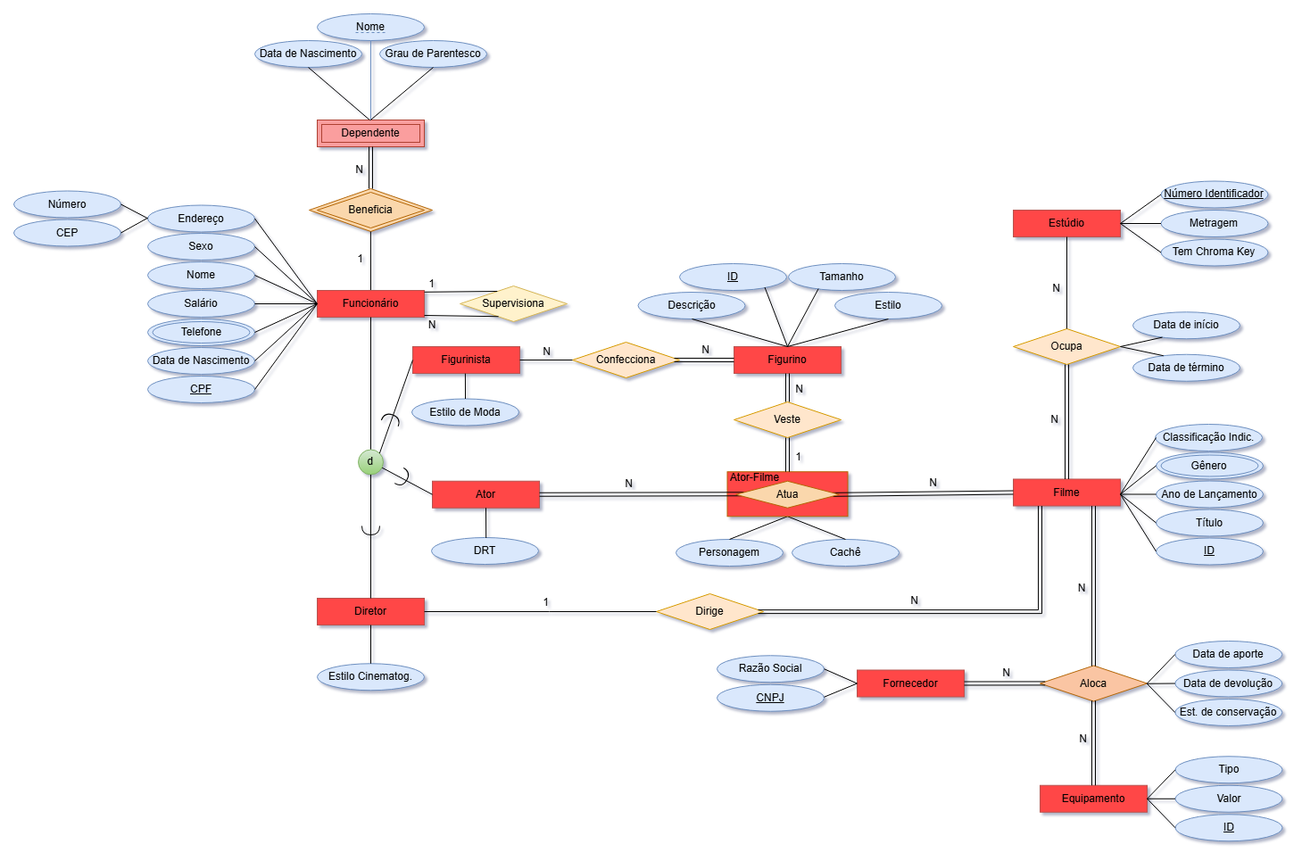
This is docs/Diagrama Grupo08.drawio.png from Kaynart/CIN0137_BD26.1-equipe08, a draw.io export, as it was before one commit. Source tidied: cells renumbered, new cells last; positions are measured from the earlier drawing's top-left corner, leaving out a move shared by most shapes.
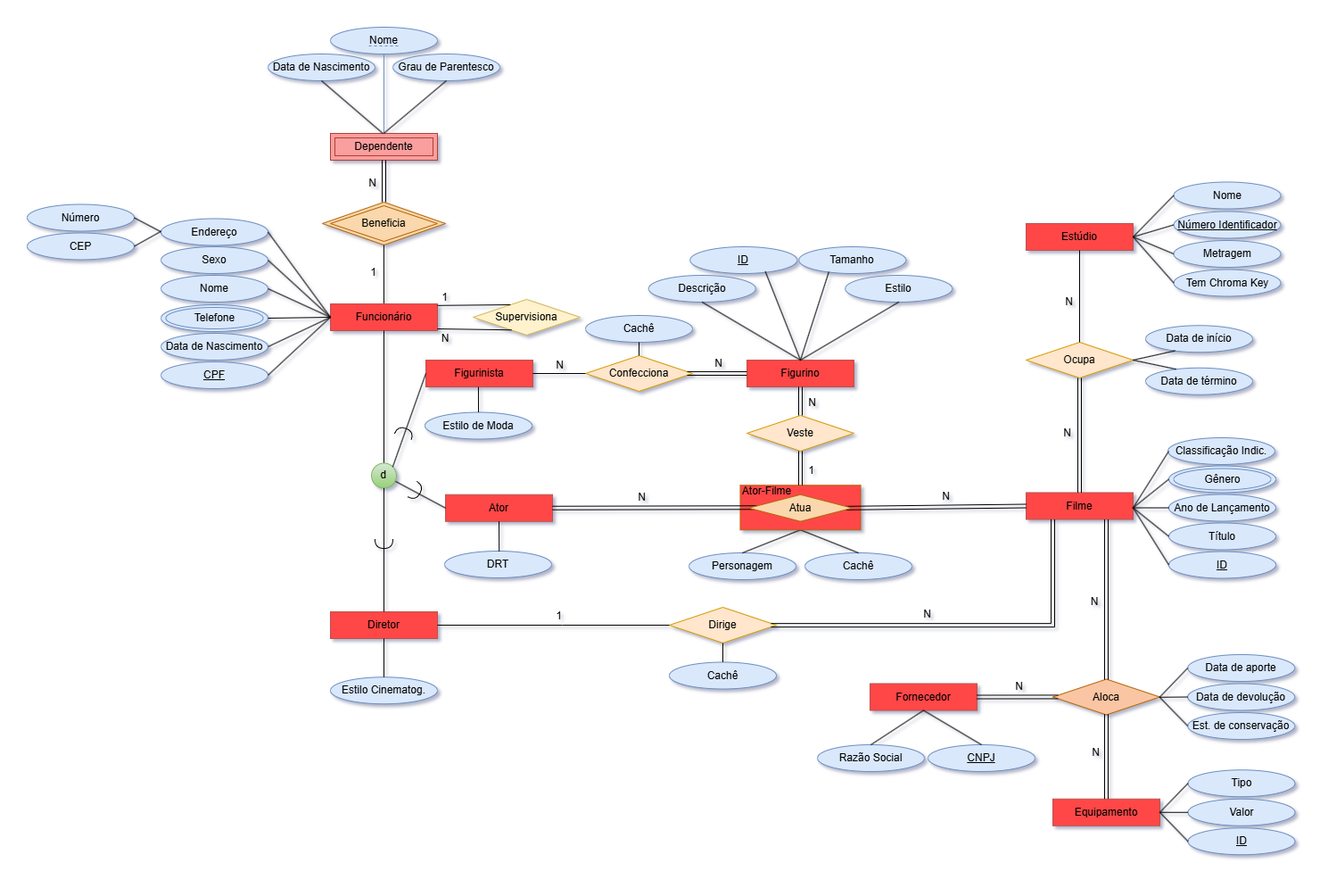
After the change.

Commit message:
Atualiza o Diagrama ER e Minimundo/Esquema

Change to the diagram source:
```diff
@@ -75,20 +75,17 @@
     <mxCell id="24" value="Nome" style="ellipse;whiteSpace=wrap;html=1;fillColor=#dae8fc;strokeColor=#6c8ebf;" parent="1" vertex="1">
       <mxGeometry x="150" y="278" width="120" height="30" as="geometry" />
     </mxCell>
-    <mxCell id="25" value="Salário" style="ellipse;whiteSpace=wrap;html=1;fillColor=#dae8fc;strokeColor=#6c8ebf;" parent="1" vertex="1">
-      <mxGeometry x="150" y="310" width="120" height="30" as="geometry" />
-    </mxCell>
     <mxCell id="26" value="Telefone" style="ellipse;whiteSpace=wrap;html=1;fillColor=#dae8fc;strokeColor=#6c8ebf;" parent="1" vertex="1">
-      <mxGeometry x="150" y="342" width="120" height="30" as="geometry" />
+      <mxGeometry x="150" y="311" width="120" height="30" as="geometry" />
     </mxCell>
     <mxCell id="27" value="Endereço" style="ellipse;whiteSpace=wrap;html=1;fillColor=#dae8fc;strokeColor=#6c8ebf;" parent="1" vertex="1">
       <mxGeometry x="150" y="214.5" width="120" height="30" as="geometry" />
     </mxCell>
     <mxCell id="28" value="Data de Nascimento" style="ellipse;whiteSpace=wrap;html=1;fillColor=#dae8fc;strokeColor=#6c8ebf;" parent="1" vertex="1">
-      <mxGeometry x="150" y="374" width="120" height="30" as="geometry" />
+      <mxGeometry x="150" y="343" width="120" height="30" as="geometry" />
     </mxCell>
     <mxCell id="29" value="&lt;u&gt;CPF&lt;/u&gt;" style="ellipse;whiteSpace=wrap;html=1;fillColor=#dae8fc;strokeColor=#6c8ebf;" parent="1" vertex="1">
-      <mxGeometry x="150" y="406" width="120" height="30" as="geometry" />
+      <mxGeometry x="150" y="375" width="120" height="30" as="geometry" />
     </mxCell>
     <mxCell id="30" style="endArrow=none;html=1;rounded=0;exitX=0;exitY=0.5;exitDx=0;exitDy=0;entryX=1;entryY=0.5;entryDx=0;entryDy=0;" parent="1" edge="1" source="22" target="23">
       <mxGeometry relative="1" as="geometry" />
@@ -96,9 +93,6 @@
     <mxCell id="31" style="endArrow=none;html=1;rounded=0;exitX=0;exitY=0.5;exitDx=0;exitDy=0;entryX=1;entryY=0.5;entryDx=0;entryDy=0;" parent="1" edge="1" source="22" target="24">
       <mxGeometry relative="1" as="geometry" />
     </mxCell>
-    <mxCell id="32" style="endArrow=none;html=1;rounded=0;exitX=0;exitY=0.5;exitDx=0;exitDy=0;entryX=1;entryY=0.5;entryDx=0;entryDy=0;" parent="1" edge="1" source="22" target="25">
-      <mxGeometry relative="1" as="geometry" />
-    </mxCell>
     <mxCell id="33" style="endArrow=none;html=1;rounded=0;exitX=0;exitY=0.5;exitDx=0;exitDy=0;entryX=1;entryY=0.5;entryDx=0;entryDy=0;" parent="1" edge="1" source="22" target="26">
       <mxGeometry relative="1" as="geometry" />
     </mxCell>
@@ -114,7 +108,7 @@
       <mxGeometry relative="1" as="geometry" />
     </mxCell>
     <mxCell id="37" value="Telefone" style="ellipse;whiteSpace=wrap;html=1;fillColor=#dae8fc;strokeColor=#6c8ebf;" parent="1" vertex="1">
-      <mxGeometry x="155.5" y="345" width="109" height="24" as="geometry" />
+      <mxGeometry x="155.5" y="314" width="109" height="24" as="geometry" />
     </mxCell>
     <mxCell id="38" value="Número" style="ellipse;whiteSpace=wrap;html=1;fillColor=#dae8fc;strokeColor=#6c8ebf;" parent="1" vertex="1">
       <mxGeometry y="198.5" width="120" height="30" as="geometry" />
@@ -202,13 +196,13 @@
       </mxGeometry>
     </mxCell>
     <mxCell id="62" value="Estilo" style="ellipse;whiteSpace=wrap;html=1;fillColor=#dae8fc;strokeColor=#6c8ebf;" parent="1" vertex="1">
-      <mxGeometry x="920" y="312" width="120" height="30" as="geometry" />
+      <mxGeometry x="917.2" y="278" width="120" height="30" as="geometry" />
     </mxCell>
     <mxCell id="63" value="Descrição" style="ellipse;whiteSpace=wrap;html=1;fillColor=#dae8fc;strokeColor=#6c8ebf;" parent="1" vertex="1">
-      <mxGeometry x="699.5" y="312" width="120" height="30" as="geometry" />
+      <mxGeometry x="696.8" y="278" width="120" height="30" as="geometry" />
     </mxCell>
     <mxCell id="64" value="Tamanho" style="ellipse;whiteSpace=wrap;html=1;fillColor=#dae8fc;strokeColor=#6c8ebf;" parent="1" vertex="1">
-      <mxGeometry x="868" y="280" width="120" height="30" as="geometry" />
+      <mxGeometry x="865.2" y="246" width="120" height="30" as="geometry" />
     </mxCell>
     <mxCell id="65" value="Cachê" style="ellipse;whiteSpace=wrap;html=1;fillColor=#dae8fc;strokeColor=#6c8ebf;" parent="1" vertex="1">
       <mxGeometry x="872" y="589" width="120" height="30" as="geometry" />
@@ -270,13 +264,13 @@
       </mxGeometry>
     </mxCell>
     <mxCell id="81" value="&lt;u&gt;Número Identificador&lt;/u&gt;" style="ellipse;whiteSpace=wrap;html=1;fillColor=#dae8fc;strokeColor=#6c8ebf;" parent="1" vertex="1">
-      <mxGeometry x="1285.5" y="187.5" width="120" height="30" as="geometry" />
+      <mxGeometry x="1285.5" y="206.5" width="120" height="30" as="geometry" />
     </mxCell>
     <mxCell id="82" value="Tem Chroma Key" style="ellipse;whiteSpace=wrap;html=1;fillColor=#dae8fc;strokeColor=#6c8ebf;" parent="1" vertex="1">
-      <mxGeometry x="1285.5" y="252.5" width="120" height="30" as="geometry" />
+      <mxGeometry x="1285.5" y="271.5" width="120" height="30" as="geometry" />
     </mxCell>
     <mxCell id="83" value="Metragem" style="ellipse;whiteSpace=wrap;html=1;fillColor=#dae8fc;strokeColor=#6c8ebf;" parent="1" vertex="1">
-      <mxGeometry x="1285.5" y="220" width="120" height="30" as="geometry" />
+      <mxGeometry x="1285.5" y="239" width="120" height="30" as="geometry" />
     </mxCell>
     <mxCell id="84" style="endArrow=none;html=1;rounded=0;entryX=1;entryY=0.5;entryDx=0;entryDy=0;exitX=0;exitY=0.5;exitDx=0;exitDy=0;" parent="1" edge="1" source="81" target="4">
       <mxGeometry relative="1" as="geometry" />
@@ -309,18 +303,16 @@
       <mxGeometry relative="1" as="geometry" />
     </mxCell>
     <mxCell id="94" value="Razão Social" style="ellipse;whiteSpace=wrap;html=1;fontStyle=0;fillColor=#dae8fc;strokeColor=#6c8ebf;" parent="1" vertex="1">
-      <mxGeometry x="788" y="719.2" width="120" height="30" as="geometry" />
+      <mxGeometry x="886" y="804" width="120" height="30" as="geometry" />
     </mxCell>
     <mxCell id="95" value="&lt;u&gt;CNPJ&lt;/u&gt;" style="ellipse;whiteSpace=wrap;html=1;fillColor=#dae8fc;strokeColor=#6c8ebf;" parent="1" vertex="1">
-      <mxGeometry x="788" y="751.8" width="120" height="30" as="geometry" />
+      <mxGeometry x="1010" y="804" width="120" height="30" as="geometry" />
     </mxCell>
-    <mxCell id="96" style="endArrow=none;html=1;rounded=0;entryX=0;entryY=0.5;entryDx=0;entryDy=0;exitX=1;exitY=0.5;exitDx=0;exitDy=0;" parent="1" edge="1" source="94" target="6">
+    <mxCell id="96" style="endArrow=none;html=1;rounded=0;entryX=0.5;entryY=1;entryDx=0;entryDy=0;exitX=0.5;exitY=0;exitDx=0;exitDy=0;" parent="1" edge="1" source="94" target="6">
       <mxGeometry relative="1" as="geometry" />
     </mxCell>
-    <mxCell id="97" style="endArrow=none;html=1;rounded=0;entryX=0;entryY=0.5;entryDx=0;entryDy=0;exitX=1;exitY=0.5;exitDx=0;exitDy=0;" parent="1" edge="1" target="6">
-      <mxGeometry relative="1" as="geometry">
-        <mxPoint x="908" y="765.8" as="sourcePoint" />
-      </mxGeometry>
+    <mxCell id="97" style="endArrow=none;html=1;rounded=0;entryX=0.5;entryY=1;entryDx=0;entryDy=0;exitX=0.5;exitY=0;exitDx=0;exitDy=0;" parent="1" edge="1" source="95" target="6">
+      <mxGeometry relative="1" as="geometry" />
     </mxCell>
     <mxCell id="98" style="endArrow=none;html=1;rounded=0;entryX=0.348;entryY=0.15;entryDx=0;entryDy=0;exitX=1;exitY=0;exitDx=0;exitDy=0;entryPerimeter=0;" parent="1" edge="1" target="7">
       <mxGeometry relative="1" as="geometry">
@@ -365,20 +357,16 @@
       </mxGeometry>
     </mxCell>
     <mxCell id="107" value="ID" style="ellipse;whiteSpace=wrap;html=1;fontStyle=4;fillColor=#dae8fc;strokeColor=#6c8ebf;" parent="1" vertex="1">
-      <mxGeometry x="746" y="280" width="120" height="30" as="geometry" />
+      <mxGeometry x="743.2" y="246" width="120" height="30" as="geometry" />
     </mxCell>
     <mxCell id="108" style="endArrow=none;html=1;rounded=0;entryX=0.5;entryY=0;entryDx=0;entryDy=0;exitX=0.28;exitY=0.938;exitDx=0;exitDy=0;exitPerimeter=0;" parent="1" edge="1" source="64" target="3">
       <mxGeometry relative="1" as="geometry" />
     </mxCell>
-    <mxCell id="109" style="endArrow=none;html=1;rounded=0;entryX=0.5;entryY=0;entryDx=0;entryDy=0;exitX=0.275;exitY=0.979;exitDx=0;exitDy=0;exitPerimeter=0;" parent="1" edge="1" target="3">
-      <mxGeometry relative="1" as="geometry">
-        <mxPoint x="841.5" y="306.5" as="sourcePoint" />
-      </mxGeometry>
+    <mxCell id="109" style="endArrow=none;html=1;rounded=0;entryX=0.5;entryY=0;entryDx=0;entryDy=0;exitX=0.703;exitY=0.923;exitDx=0;exitDy=0;exitPerimeter=0;" parent="1" edge="1" source="107" target="3">
+      <mxGeometry relative="1" as="geometry" />
     </mxCell>
-    <mxCell id="110" style="endArrow=none;html=1;rounded=0;entryX=0.5;entryY=0;entryDx=0;entryDy=0;exitX=0.275;exitY=0.979;exitDx=0;exitDy=0;exitPerimeter=0;" parent="1" edge="1" target="3">
-      <mxGeometry relative="1" as="geometry">
-        <mxPoint x="760" y="342" as="sourcePoint" />
-      </mxGeometry>
+    <mxCell id="110" style="endArrow=none;html=1;rounded=0;entryX=0.5;entryY=0;entryDx=0;entryDy=0;exitX=0.5;exitY=1;exitDx=0;exitDy=0;" parent="1" edge="1" source="63" target="3">
+      <mxGeometry relative="1" as="geometry" />
     </mxCell>
     <mxCell id="111" style="endArrow=none;html=1;rounded=0;exitX=1;exitY=0.5;exitDx=0;exitDy=0;entryX=0;entryY=0.5;entryDx=0;entryDy=0;" parent="1" edge="1" source="44" target="87">
       <mxGeometry relative="1" as="geometry" />
@@ -506,5 +494,23 @@
     <mxCell id="150" value="Atua" style="rhombus;whiteSpace=wrap;html=1;fillColor=#fad7ac;strokeColor=#b46504;" parent="1" vertex="1">
       <mxGeometry x="809" y="523.8" width="116" height="30" as="geometry" />
     </mxCell>
+    <mxCell id="151" value="Cachê" style="ellipse;whiteSpace=wrap;html=1;fillColor=#dae8fc;strokeColor=#6c8ebf;" parent="1" vertex="1">
+      <mxGeometry x="720" y="711.5" width="120" height="30" as="geometry" />
+    </mxCell>
+    <mxCell id="152" style="endArrow=none;html=1;rounded=0;entryX=0.5;entryY=1;entryDx=0;entryDy=0;exitX=0.5;exitY=0;exitDx=0;exitDy=0;" parent="1" edge="1" source="151" target="104">
+      <mxGeometry relative="1" as="geometry" />
+    </mxCell>
+    <mxCell id="153" value="Cachê" style="ellipse;whiteSpace=wrap;html=1;fillColor=#dae8fc;strokeColor=#6c8ebf;" parent="1" vertex="1">
+      <mxGeometry x="626" y="323" width="120" height="30" as="geometry" />
+    </mxCell>
+    <mxCell id="154" style="endArrow=none;html=1;rounded=0;entryX=0.5;entryY=0;entryDx=0;entryDy=0;exitX=0.5;exitY=1;exitDx=0;exitDy=0;" parent="1" edge="1" source="153" target="87">
+      <mxGeometry relative="1" as="geometry" />
+    </mxCell>
+    <mxCell id="155" value="Nome" style="ellipse;whiteSpace=wrap;html=1;fillColor=#dae8fc;strokeColor=#6c8ebf;" parent="1" vertex="1">
+      <mxGeometry x="1285.5" y="173.5" width="120" height="30" as="geometry" />
+    </mxCell>
+    <mxCell id="156" style="endArrow=none;html=1;rounded=0;entryX=0;entryY=0.5;entryDx=0;entryDy=0;exitX=1;exitY=0.5;exitDx=0;exitDy=0;" parent="1" edge="1" source="4" target="155">
+      <mxGeometry relative="1" as="geometry" />
+    </mxCell>
   </root>
 </mxGraphModel>
```
